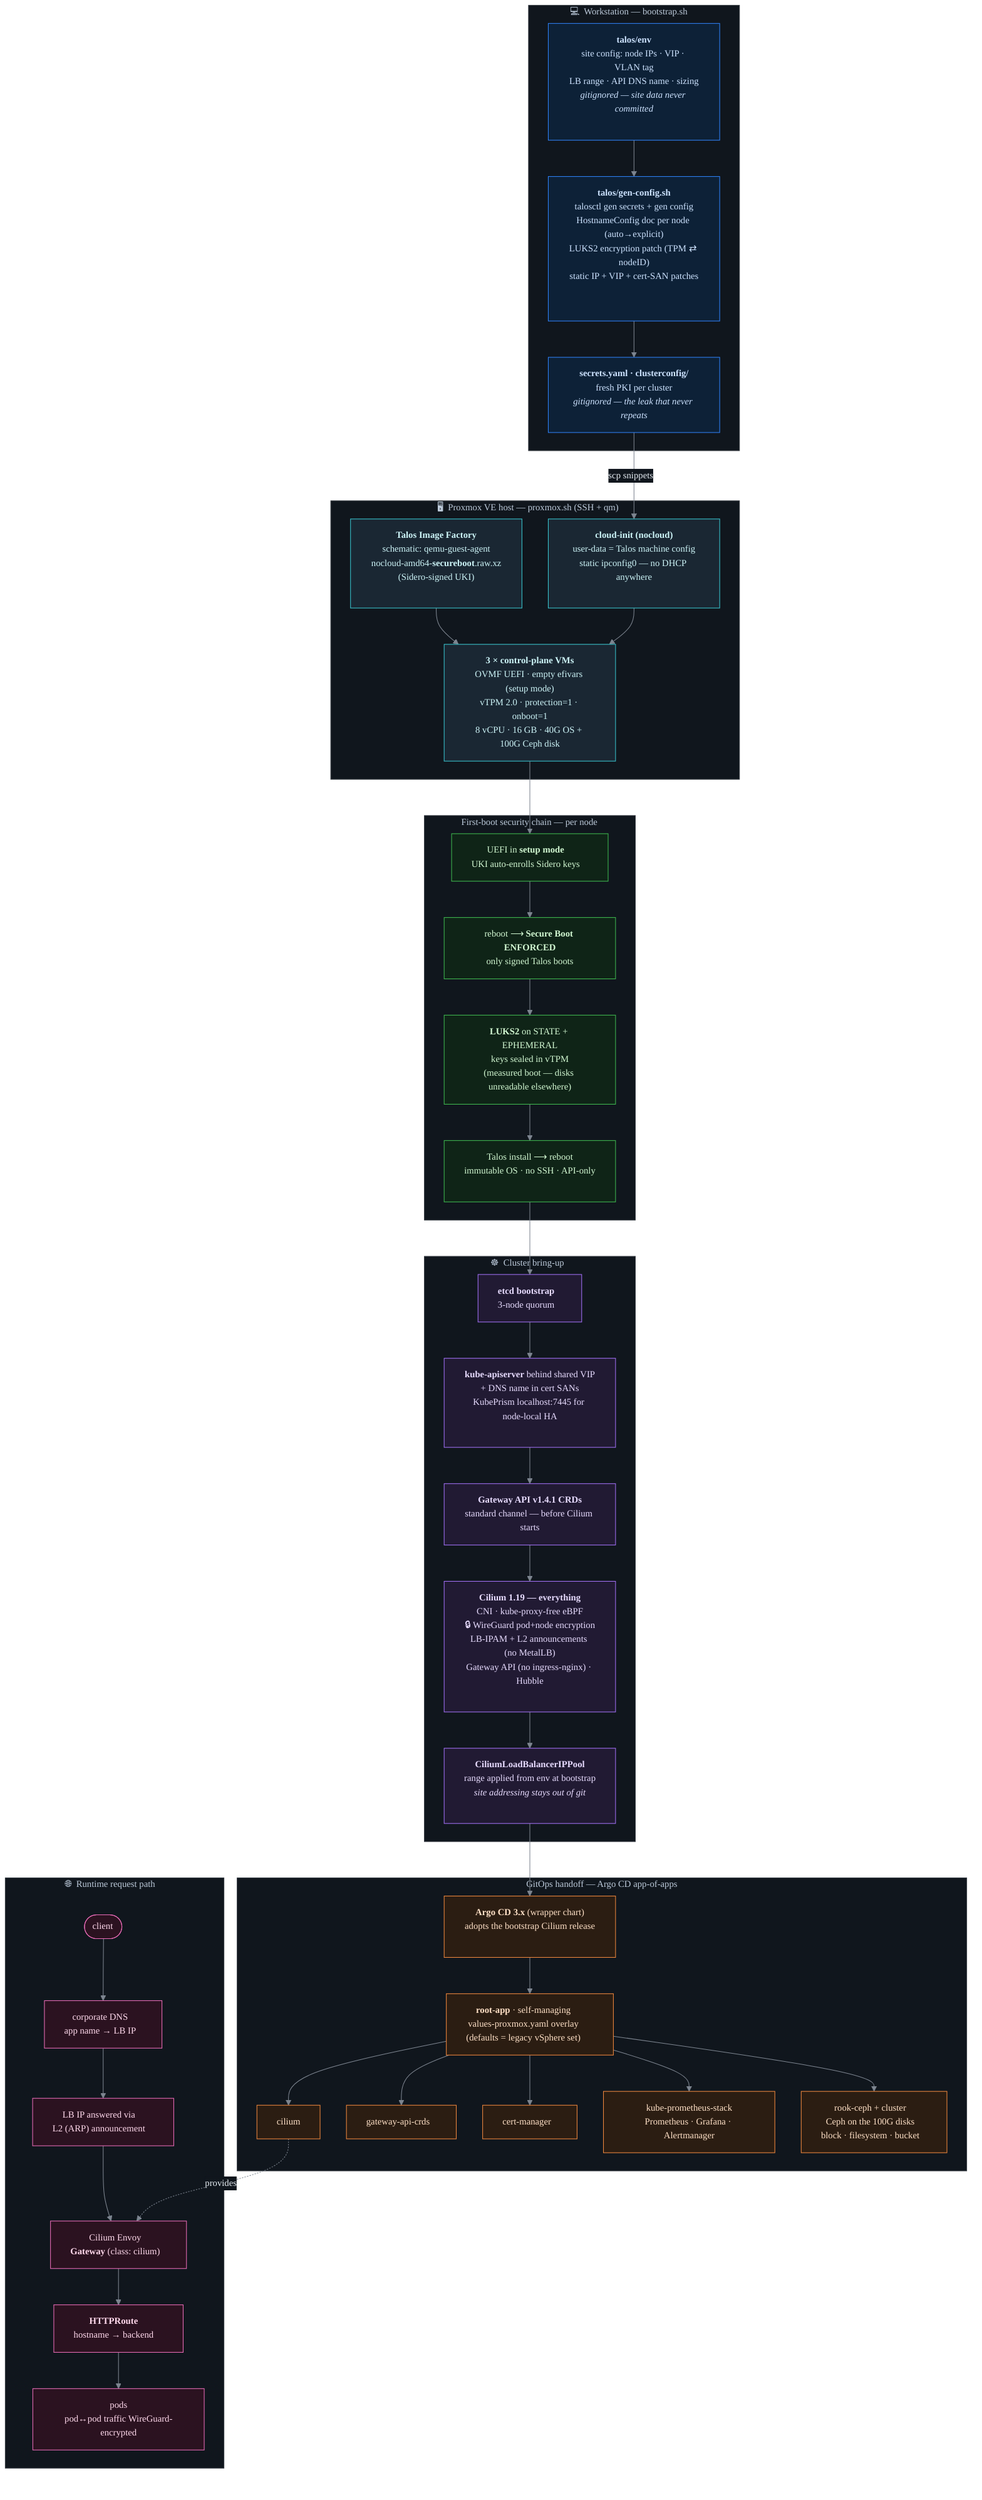
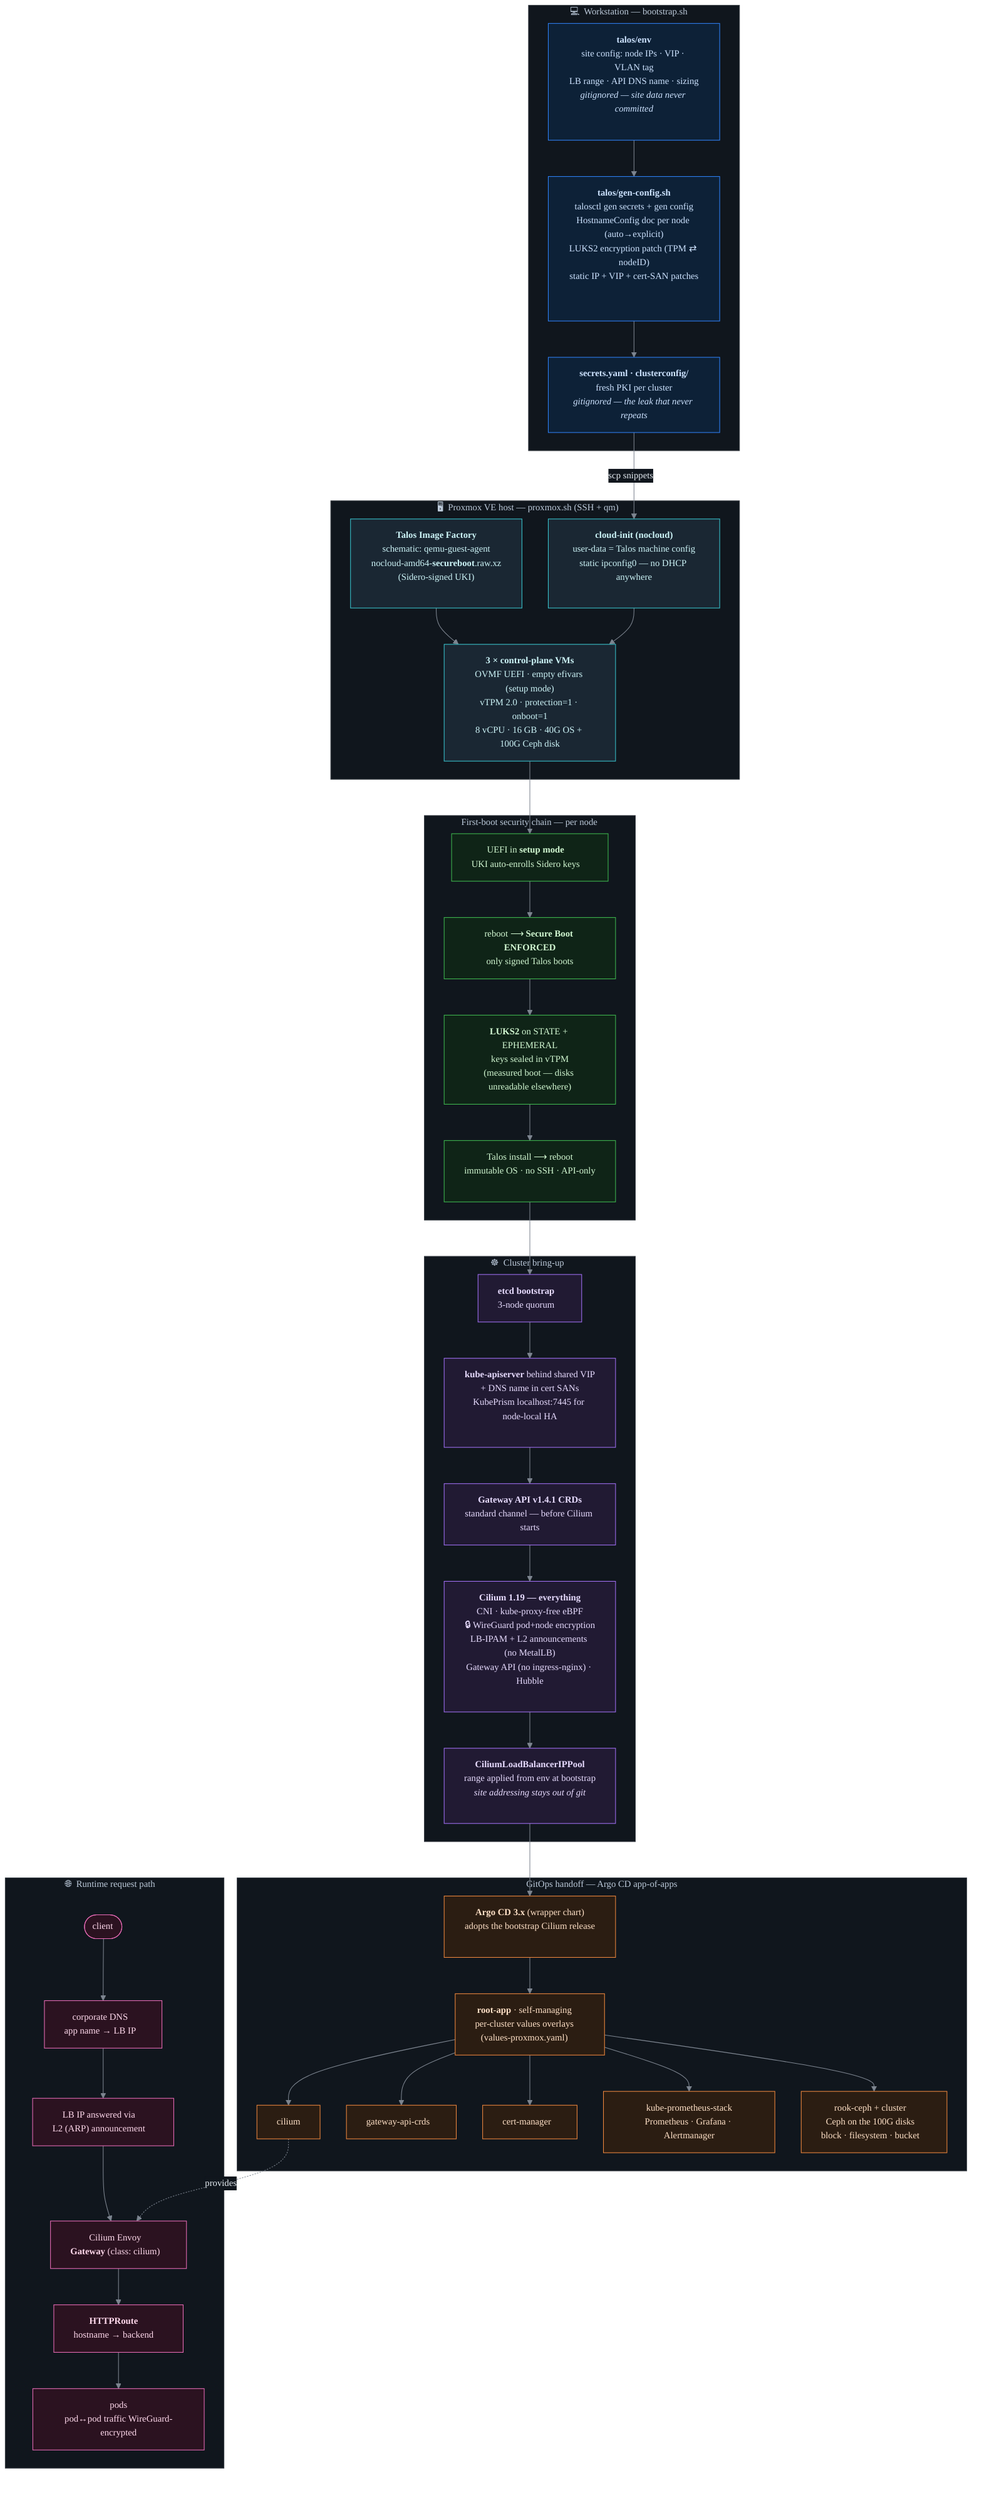
%%{init: {"theme":"base","themeVariables":{"fontFamily":"ui-sans-serif, system-ui, sans-serif","fontSize":"14px","primaryColor":"#1c2733","primaryTextColor":"#e6edf3","primaryBorderColor":"#3d5266","lineColor":"#7d8590","clusterBkg":"#10161d","clusterBorder":"#30363d","edgeLabelBackground":"#10161d"},"flowchart":{"curve":"basis","nodeSpacing":40,"rankSpacing":55}}}%%
flowchart TD

    %% ================= WORKSTATION =================
    subgraph LOCAL["💻 &nbsp;Workstation — bootstrap.sh"]
        ENV["<b>talos/env</b><br/>site config: node IPs · VIP · VLAN tag<br/>LB range · API DNS name · sizing<br/><i>gitignored — site data never committed</i>"]
        GEN["<b>talos/gen-config.sh</b><br/>talosctl gen secrets + gen config<br/>HostnameConfig doc per node (auto→explicit)<br/>LUKS2 encryption patch (TPM ⇄ nodeID)<br/>static IP + VIP + cert-SAN patches"]
        SECRETS["<b>secrets.yaml · clusterconfig/</b><br/>fresh PKI per cluster<br/><i>gitignored — the leak that never repeats</i>"]
        ENV --> GEN --> SECRETS
    end

    %% ================= PROXMOX =================
    subgraph PVE["🖥️ &nbsp;Proxmox VE host — proxmox.sh (SSH + qm)"]
        IMG["<b>Talos Image Factory</b><br/>schematic: qemu-guest-agent<br/>nocloud-amd64-<b>secureboot</b>.raw.xz<br/>(Sidero-signed UKI)"]
        VMS["<b>3 × control-plane VMs</b><br/>OVMF UEFI · empty efivars (setup mode)<br/>vTPM 2.0 · protection=1 · onboot=1<br/>8 vCPU · 16 GB · 40G OS + 100G Ceph disk"]
        CIDATA["<b>cloud-init (nocloud)</b><br/>user-data = Talos machine config<br/>static ipconfig0 — no DHCP anywhere"]
        IMG --> VMS
        CIDATA --> VMS
    end
    SECRETS -- "scp snippets" --> CIDATA

    %% ================= SECURITY CHAIN =================
    subgraph SECBOOT["🔐 &nbsp;First-boot security chain — per node"]
        ENROLL["UEFI in <b>setup mode</b><br/>UKI auto-enrolls Sidero keys"]
        ENFORCE["reboot ⟶ <b>Secure Boot ENFORCED</b><br/>only signed Talos boots"]
        TPM["<b>LUKS2</b> on STATE + EPHEMERAL<br/>keys sealed in vTPM<br/>(measured boot — disks unreadable elsewhere)"]
        INSTALL["Talos install ⟶ reboot<br/>immutable OS · no SSH · API-only"]
        ENROLL --> ENFORCE --> TPM --> INSTALL
    end
    VMS --> ENROLL

    %% ================= CLUSTER =================
    subgraph CLUSTER["☸️ &nbsp;Cluster bring-up"]
        ETCD["<b>etcd bootstrap</b><br/>3-node quorum"]
        API["<b>kube-apiserver</b> behind shared VIP<br/>+ DNS name in cert SANs<br/>KubePrism localhost:7445 for node-local HA"]
        GWCRD["<b>Gateway API v1.4.1 CRDs</b><br/>standard channel — before Cilium starts"]
        CILIUM["<b>Cilium 1.19 — everything</b><br/>CNI · kube-proxy-free eBPF<br/>🔒 WireGuard pod+node encryption<br/>LB-IPAM + L2 announcements (no MetalLB)<br/>Gateway API (no ingress-nginx) · Hubble"]
        POOL["<b>CiliumLoadBalancerIPPool</b><br/>range applied from env at bootstrap<br/><i>site addressing stays out of git</i>"]
        ETCD --> API --> GWCRD --> CILIUM --> POOL
    end
    INSTALL --> ETCD

    %% ================= GITOPS =================
    subgraph GITOPS["🚀 &nbsp;GitOps handoff — Argo CD app-of-apps"]
        ARGO["<b>Argo CD 3.x</b> (wrapper chart)<br/>adopts the bootstrap Cilium release"]
-         ROOT["<b>root-app</b> · self-managing<br/>values-proxmox.yaml overlay<br/>(defaults = legacy vSphere set)"]
+         ROOT["<b>root-app</b> · self-managing<br/>per-cluster values overlays<br/>(values-proxmox.yaml)"]
        APP1["cilium"]
        APP2["gateway-api-crds"]
        APP3["cert-manager"]
        APP4["kube-prometheus-stack<br/>Prometheus · Grafana · Alertmanager"]
        APP5["rook-ceph + cluster<br/>Ceph on the 100G disks<br/>block · filesystem · bucket"]
        ARGO --> ROOT
        ROOT --> APP1 & APP2 & APP3 & APP4 & APP5
    end
    POOL --> ARGO

    %% ================= TRAFFIC =================
    subgraph TRAFFIC["🌐 &nbsp;Runtime request path"]
        CLIENT(["client"])
        DNS["corporate DNS<br/>app name → LB IP"]
        LB["LB IP answered via<br/>L2 (ARP) announcement"]
        ENVOY["Cilium Envoy<br/><b>Gateway</b> (class: cilium)"]
        ROUTE["<b>HTTPRoute</b><br/>hostname → backend"]
        PODS["pods<br/>pod↔pod traffic WireGuard-encrypted"]
        CLIENT --> DNS --> LB --> ENVOY --> ROUTE --> PODS
    end
    APP1 -. "provides" .-> ENVOY

    %% ================= STYLING =================
    classDef local fill:#0d2137,stroke:#2f81f7,color:#cde3ff
    classDef pve fill:#1a2733,stroke:#39c5cf,color:#cdf5f8
    classDef sec fill:#0f2417,stroke:#3fb950,color:#d2f8d2
    classDef clus fill:#211a33,stroke:#a371f7,color:#e8dcff
    classDef git fill:#2b1d12,stroke:#f0883e,color:#ffe1c7
    classDef net fill:#2b1220,stroke:#ec6cb9,color:#ffd9ec

    class ENV,GEN,SECRETS local
    class IMG,VMS,CIDATA pve
    class ENROLL,ENFORCE,TPM,INSTALL sec
    class ETCD,API,GWCRD,CILIUM,POOL clus
    class ARGO,ROOT,APP1,APP2,APP3,APP4,APP5 git
    class CLIENT,DNS,LB,ENVOY,ROUTE,PODS net
